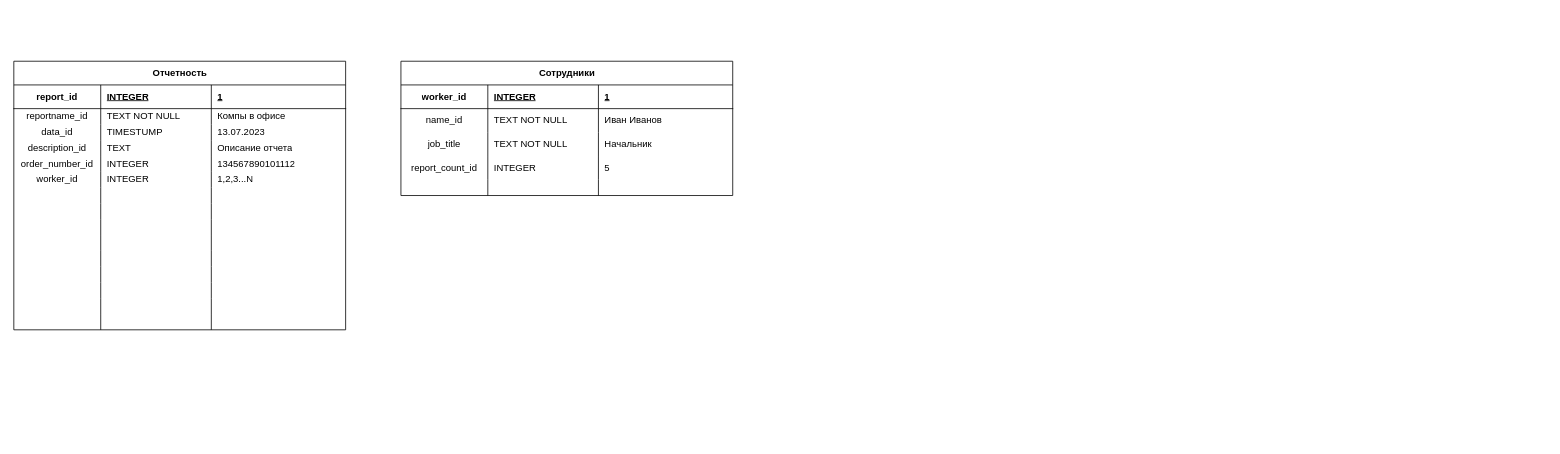
RedContain/diplom keeps this draw.io diagram as database/database.drawio. Above is the earlier version. Source tidied: cells renumbered, new cells numbered last; positions are measured from the earlier drawing's top-left corner, leaving out a move shared by most shapes. Both pictures are drawn from the tidied source at 79%, with x=0, y=0 at pixel (13, 61).
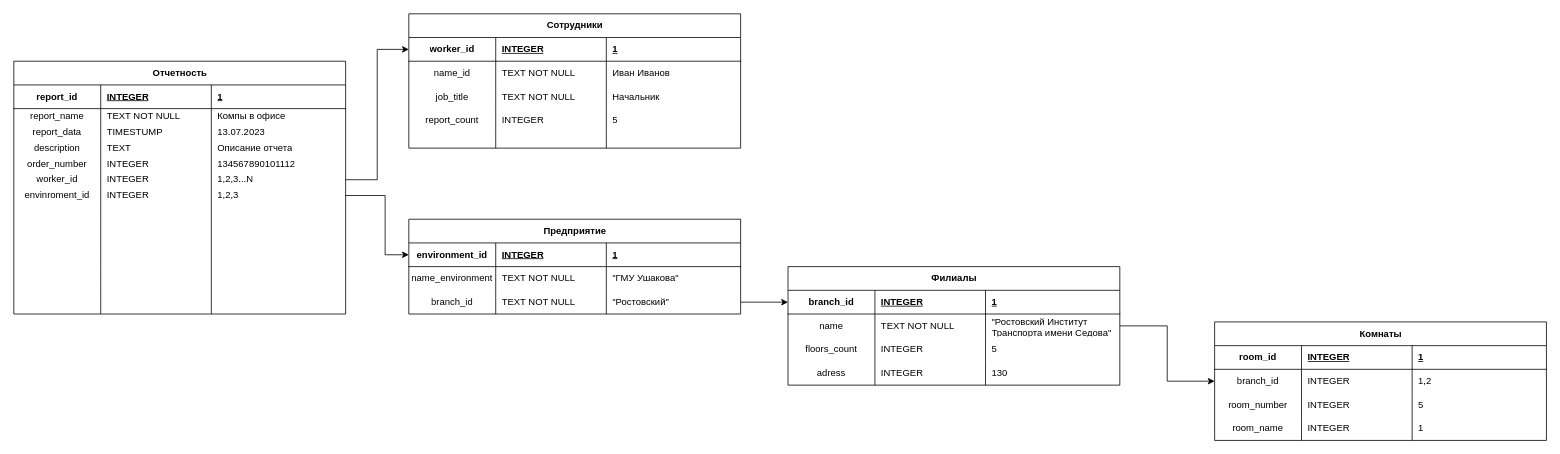
The same diagram, later.

The change refers to these unchanged cells:
```xml
<mxCell id="3" style="shape=tableRow;horizontal=0;startSize=0;swimlaneHead=0;swimlaneBody=0;fillColor=none;points=[[0,0.5],[1,0.5]];portConstraint=eastwest;top=0;left=0;right=0;bottom=1;" parent="2" vertex="1">
  <mxGeometry y="30" width="420" height="30" as="geometry" />
</mxCell>
<mxCell id="15" style="shape=tableRow;horizontal=0;startSize=0;swimlaneHead=0;swimlaneBody=0;fillColor=none;top=0;left=0;right=0;bottom=0;" parent="2" vertex="1">
  <mxGeometry y="120" width="420" height="30" as="geometry" />
</mxCell>
<mxCell id="28" style="shape=tableRow;horizontal=0;startSize=0;swimlaneHead=0;swimlaneBody=0;fillColor=none;top=0;left=0;right=0;bottom=0;" parent="23" vertex="1">
  <mxGeometry y="60" width="420" height="20" as="geometry" />
</mxCell>
<mxCell id="32" style="shape=tableRow;horizontal=0;startSize=0;swimlaneHead=0;swimlaneBody=0;fillColor=none;top=0;left=0;right=0;bottom=0;" parent="23" vertex="1">
  <mxGeometry y="80" width="420" height="20" as="geometry" />
</mxCell>
<mxCell id="36" style="shape=tableRow;horizontal=0;startSize=0;swimlaneHead=0;swimlaneBody=0;fillColor=none;top=0;left=0;right=0;bottom=0;" parent="23" vertex="1">
  <mxGeometry y="100" width="420" height="20" as="geometry" />
</mxCell>
<mxCell id="40" style="shape=tableRow;horizontal=0;startSize=0;swimlaneHead=0;swimlaneBody=0;fillColor=none;top=0;left=0;right=0;bottom=0;" parent="23" vertex="1">
  <mxGeometry y="120" width="420" height="20" as="geometry" />
</mxCell>
<mxCell id="44" style="shape=tableRow;horizontal=0;startSize=0;swimlaneHead=0;swimlaneBody=0;fillColor=none;points=[[0,0.5],[1,0.5]];portConstraint=eastwest;top=0;left=0;right=0;bottom=0;" parent="23" vertex="1">
  <mxGeometry y="140" width="420" height="20" as="geometry" />
</mxCell>
```

The edit, as a diff of the source:
```diff
@@
     <mxCell id="2" value="Сотрудники" style="shape=table;startSize=30;childLayout=tableLayout;rowLines=0;fontStyle=1;align=center;html=1;columnLines=1;resizeLastRow=0;absoluteArcSize=0;noLabel=0;" parent="1" vertex="1">
-      <mxGeometry x="490" width="420" height="170" as="geometry" />
+      <mxGeometry x="500" y="-60" width="420" height="170" as="geometry" />
     </mxCell>
@@
-    <mxCell id="16" value="report_count_id" style="shape=partialRectangle;fillColor=none;top=0;left=0;bottom=0;right=0;overflow=hidden;whiteSpace=wrap;html=1;" parent="15" vertex="1">
+    <mxCell id="16" value="report_count" style="shape=partialRectangle;fillColor=none;top=0;left=0;bottom=0;right=0;overflow=hidden;whiteSpace=wrap;html=1;" parent="15" vertex="1">
       <mxGeometry width="110" height="30" as="geometry" />
     </mxCell>
@@
     <mxCell id="23" value="Отчетность" style="shape=table;startSize=30;childLayout=tableLayout;rowLines=0;fontStyle=1;align=center;html=1;columnLines=1;resizeLastRow=0;absoluteArcSize=0;noLabel=0;" parent="1" vertex="1">
-      <mxGeometry width="420" height="340" as="geometry" />
+      <mxGeometry width="420" height="320" as="geometry" />
     </mxCell>
@@
-    <mxCell id="29" value="reportname_id" style="shape=partialRectangle;fillColor=none;top=0;left=0;bottom=0;right=0;overflow=hidden;whiteSpace=wrap;html=1;" parent="28" vertex="1">
+    <mxCell id="29" value="report_name" style="shape=partialRectangle;fillColor=none;top=0;left=0;bottom=0;right=0;overflow=hidden;whiteSpace=wrap;html=1;" parent="28" vertex="1">
       <mxGeometry width="110" height="20" as="geometry" />
     </mxCell>
@@
-    <mxCell id="33" value="data_id" style="shape=partialRectangle;fillColor=none;top=0;left=0;bottom=0;right=0;overflow=hidden;whiteSpace=wrap;html=1;" parent="32" vertex="1">
+    <mxCell id="33" value="report_data" style="shape=partialRectangle;fillColor=none;top=0;left=0;bottom=0;right=0;overflow=hidden;whiteSpace=wrap;html=1;" parent="32" vertex="1">
       <mxGeometry width="110" height="20" as="geometry" />
     </mxCell>
@@
-    <mxCell id="37" value="description_id" style="shape=partialRectangle;fillColor=none;top=0;left=0;bottom=0;right=0;overflow=hidden;whiteSpace=wrap;html=1;" parent="36" vertex="1">
+    <mxCell id="37" value="description" style="shape=partialRectangle;fillColor=none;top=0;left=0;bottom=0;right=0;overflow=hidden;whiteSpace=wrap;html=1;" parent="36" vertex="1">
       <mxGeometry width="110" height="20" as="geometry" />
     </mxCell>
@@
-    <mxCell id="41" value="order_number_id" style="shape=partialRectangle;fillColor=none;top=0;left=0;bottom=0;right=0;overflow=hidden;whiteSpace=wrap;html=1;" parent="40" vertex="1">
+    <mxCell id="41" value="order_number" style="shape=partialRectangle;fillColor=none;top=0;left=0;bottom=0;right=0;overflow=hidden;whiteSpace=wrap;html=1;" parent="40" vertex="1">
       <mxGeometry width="110" height="20" as="geometry" />
     </mxCell>
@@
-    <mxCell id="48" style="shape=tableRow;horizontal=0;startSize=0;swimlaneHead=0;swimlaneBody=0;fillColor=none;top=0;left=0;right=0;bottom=0;" parent="23" vertex="1">
-      <mxGeometry y="160" width="420" height="20" as="geometry" />
-    </mxCell>
-    <mxCell id="49" style="shape=partialRectangle;fillColor=none;top=0;left=0;bottom=0;right=0;overflow=hidden;whiteSpace=wrap;html=1;" parent="48" vertex="1">
-      <mxGeometry width="110" height="20" as="geometry" />
-    </mxCell>
-    <mxCell id="50" style="shape=partialRectangle;fillColor=none;top=0;left=0;bottom=0;right=0;align=left;spacingLeft=6;overflow=hidden;whiteSpace=wrap;html=1;" parent="48" vertex="1">
-      <mxGeometry x="110" width="140" height="20" as="geometry" />
-    </mxCell>
-    <mxCell id="51" style="shape=partialRectangle;fillColor=none;top=0;left=0;bottom=0;right=0;align=left;spacingLeft=6;overflow=hidden;whiteSpace=wrap;html=1;" parent="48" vertex="1">
-      <mxGeometry x="250" width="170" height="20" as="geometry" />
-    </mxCell>
     <mxCell id="52" style="shape=tableRow;horizontal=0;startSize=0;swimlaneHead=0;swimlaneBody=0;fillColor=none;points=[[0,0.5],[1,0.5]];portConstraint=eastwest;top=0;left=0;right=0;bottom=0;" parent="23" vertex="1">
-      <mxGeometry y="180" width="420" height="20" as="geometry" />
+      <mxGeometry y="160" width="420" height="20" as="geometry" />
     </mxCell>
-    <mxCell id="53" style="shape=partialRectangle;fillColor=none;top=0;left=0;bottom=0;right=0;overflow=hidden;whiteSpace=wrap;html=1;" parent="52" vertex="1">
+    <mxCell id="53" value="envinroment_id" style="shape=partialRectangle;fillColor=none;top=0;left=0;bottom=0;right=0;overflow=hidden;whiteSpace=wrap;html=1;" parent="52" vertex="1">
       <mxGeometry width="110" height="20" as="geometry" />
     </mxCell>
-    <mxCell id="54" style="shape=partialRectangle;fillColor=none;top=0;left=0;bottom=0;right=0;align=left;spacingLeft=6;overflow=hidden;whiteSpace=wrap;html=1;" parent="52" vertex="1">
+    <mxCell id="54" value="INTEGER" style="shape=partialRectangle;fillColor=none;top=0;left=0;bottom=0;right=0;align=left;spacingLeft=6;overflow=hidden;whiteSpace=wrap;html=1;" parent="52" vertex="1">
       <mxGeometry x="110" width="140" height="20" as="geometry" />
     </mxCell>
-    <mxCell id="55" style="shape=partialRectangle;fillColor=none;top=0;left=0;bottom=0;right=0;align=left;spacingLeft=6;overflow=hidden;whiteSpace=wrap;html=1;" parent="52" vertex="1">
+    <mxCell id="55" value="1,2,3" style="shape=partialRectangle;fillColor=none;top=0;left=0;bottom=0;right=0;align=left;spacingLeft=6;overflow=hidden;whiteSpace=wrap;html=1;" parent="52" vertex="1">
       <mxGeometry x="250" width="170" height="20" as="geometry" />
     </mxCell>
     <mxCell id="56" style="shape=tableRow;horizontal=0;startSize=0;swimlaneHead=0;swimlaneBody=0;fillColor=none;top=0;left=0;right=0;bottom=0;" parent="23" vertex="1">
-      <mxGeometry y="200" width="420" height="20" as="geometry" />
+      <mxGeometry y="180" width="420" height="20" as="geometry" />
     </mxCell>
@@
     <mxCell id="60" style="shape=tableRow;horizontal=0;startSize=0;swimlaneHead=0;swimlaneBody=0;fillColor=none;top=0;left=0;right=0;bottom=0;" parent="23" vertex="1">
-      <mxGeometry y="220" width="420" height="20" as="geometry" />
+      <mxGeometry y="200" width="420" height="20" as="geometry" />
     </mxCell>
@@
     <mxCell id="64" style="shape=tableRow;horizontal=0;startSize=0;swimlaneHead=0;swimlaneBody=0;fillColor=none;top=0;left=0;right=0;bottom=0;" parent="23" vertex="1">
-      <mxGeometry y="240" width="420" height="20" as="geometry" />
+      <mxGeometry y="220" width="420" height="20" as="geometry" />
     </mxCell>
@@
     <mxCell id="68" style="shape=tableRow;horizontal=0;startSize=0;swimlaneHead=0;swimlaneBody=0;fillColor=none;top=0;left=0;right=0;bottom=0;" parent="23" vertex="1">
-      <mxGeometry y="260" width="420" height="20" as="geometry" />
+      <mxGeometry y="240" width="420" height="20" as="geometry" />
     </mxCell>
@@
     <mxCell id="72" style="shape=tableRow;horizontal=0;startSize=0;swimlaneHead=0;swimlaneBody=0;fillColor=none;top=0;left=0;right=0;bottom=0;" parent="23" vertex="1">
-      <mxGeometry y="280" width="420" height="20" as="geometry" />
+      <mxGeometry y="260" width="420" height="20" as="geometry" />
     </mxCell>
@@
     <mxCell id="76" style="shape=tableRow;horizontal=0;startSize=0;swimlaneHead=0;swimlaneBody=0;fillColor=none;top=0;left=0;right=0;bottom=0;" parent="23" vertex="1">
-      <mxGeometry y="300" width="420" height="20" as="geometry" />
+      <mxGeometry y="280" width="420" height="20" as="geometry" />
     </mxCell>
@@
     <mxCell id="80" style="shape=tableRow;horizontal=0;startSize=0;swimlaneHead=0;swimlaneBody=0;fillColor=none;top=0;left=0;right=0;bottom=0;" parent="23" vertex="1">
-      <mxGeometry y="320" width="420" height="20" as="geometry" />
+      <mxGeometry y="300" width="420" height="20" as="geometry" />
     </mxCell>
@@
+    <mxCell id="84" style="edgeStyle=orthogonalEdgeStyle;rounded=0;jettySize=auto;html=1;entryX=0;entryY=0.5;entryDx=0;entryDy=0;" parent="1" edge="1" source="44" target="3">
+      <mxGeometry relative="1" as="geometry">
+        <Array as="points">
+          <mxPoint x="460" y="150" />
+          <mxPoint x="460" y="-15" />
+        </Array>
+      </mxGeometry>
+    </mxCell>
+    <mxCell id="85" value="Предприятие" style="shape=table;startSize=30;childLayout=tableLayout;rowLines=0;fontStyle=1;align=center;html=1;columnLines=1;resizeLastRow=0;absoluteArcSize=0;noLabel=0;" parent="1" vertex="1">
+      <mxGeometry x="500" y="200" width="420" height="120" as="geometry" />
+    </mxCell>
+    <mxCell id="86" style="shape=tableRow;horizontal=0;startSize=0;swimlaneHead=0;swimlaneBody=0;fillColor=none;points=[[0,0.5],[1,0.5]];portConstraint=eastwest;top=0;left=0;right=0;bottom=1;" parent="85" vertex="1">
+      <mxGeometry y="30" width="420" height="30" as="geometry" />
+    </mxCell>
+    <mxCell id="87" value="environment_id" style="shape=partialRectangle;fillColor=none;top=0;left=0;bottom=0;right=0;fontStyle=1;overflow=hidden;whiteSpace=wrap;html=1;" parent="86" vertex="1">
+      <mxGeometry width="110" height="30" as="geometry" />
+    </mxCell>
+    <mxCell id="88" value="INTEGER" style="shape=partialRectangle;fillColor=none;top=0;left=0;bottom=0;right=0;align=left;spacingLeft=6;fontStyle=5;overflow=hidden;whiteSpace=wrap;html=1;" parent="86" vertex="1">
+      <mxGeometry x="110" width="140" height="30" as="geometry" />
+    </mxCell>
+    <mxCell id="89" value="1" style="shape=partialRectangle;fillColor=none;top=0;left=0;bottom=0;right=0;align=left;spacingLeft=6;fontStyle=5;overflow=hidden;whiteSpace=wrap;html=1;" parent="86" vertex="1">
+      <mxGeometry x="250" width="170" height="30" as="geometry" />
+    </mxCell>
+    <mxCell id="90" style="shape=tableRow;horizontal=0;startSize=0;swimlaneHead=0;swimlaneBody=0;fillColor=none;top=0;left=0;right=0;bottom=0;" parent="85" vertex="1">
+      <mxGeometry y="60" width="420" height="30" as="geometry" />
+    </mxCell>
+    <mxCell id="91" value="name_environment" style="shape=partialRectangle;fillColor=none;top=0;left=0;bottom=0;right=0;overflow=hidden;whiteSpace=wrap;html=1;" parent="90" vertex="1">
+      <mxGeometry width="110" height="30" as="geometry" />
+    </mxCell>
+    <mxCell id="92" value="TEXT NOT NULL" style="shape=partialRectangle;fillColor=none;top=0;left=0;bottom=0;right=0;align=left;spacingLeft=6;overflow=hidden;whiteSpace=wrap;html=1;" parent="90" vertex="1">
+      <mxGeometry x="110" width="140" height="30" as="geometry" />
+    </mxCell>
+    <mxCell id="93" value="&quot;ГМУ Ушакова&quot;" style="shape=partialRectangle;fillColor=none;top=0;left=0;bottom=0;right=0;align=left;spacingLeft=6;overflow=hidden;whiteSpace=wrap;html=1;" parent="90" vertex="1">
+      <mxGeometry x="250" width="170" height="30" as="geometry" />
+    </mxCell>
+    <mxCell id="94" style="shape=tableRow;horizontal=0;startSize=0;swimlaneHead=0;swimlaneBody=0;fillColor=none;points=[[0,0.5],[1,0.5]];portConstraint=eastwest;top=0;left=0;right=0;bottom=0;" parent="85" vertex="1">
+      <mxGeometry y="90" width="420" height="30" as="geometry" />
+    </mxCell>
+    <mxCell id="95" value="branch_id" style="shape=partialRectangle;fillColor=none;top=0;left=0;bottom=0;right=0;overflow=hidden;whiteSpace=wrap;html=1;" parent="94" vertex="1">
+      <mxGeometry width="110" height="30" as="geometry" />
+    </mxCell>
+    <mxCell id="96" value="TEXT NOT NULL" style="shape=partialRectangle;fillColor=none;top=0;left=0;bottom=0;right=0;align=left;spacingLeft=6;overflow=hidden;whiteSpace=wrap;html=1;" parent="94" vertex="1">
+      <mxGeometry x="110" width="140" height="30" as="geometry" />
+    </mxCell>
+    <mxCell id="97" value="&quot;Ростовский&quot;" style="shape=partialRectangle;fillColor=none;top=0;left=0;bottom=0;right=0;align=left;spacingLeft=6;overflow=hidden;whiteSpace=wrap;html=1;" parent="94" vertex="1">
+      <mxGeometry x="250" width="170" height="30" as="geometry" />
+    </mxCell>
+    <mxCell id="98" style="edgeStyle=orthogonalEdgeStyle;rounded=0;jettySize=auto;html=1;entryX=0;entryY=0.5;entryDx=0;entryDy=0;" parent="1" edge="1" source="52" target="86">
+      <mxGeometry relative="1" as="geometry">
+        <Array as="points">
+          <mxPoint x="470" y="170" />
+          <mxPoint x="470" y="245" />
+        </Array>
+      </mxGeometry>
+    </mxCell>
+    <mxCell id="99" value="Филиалы" style="shape=table;startSize=30;childLayout=tableLayout;rowLines=0;fontStyle=1;align=center;html=1;columnLines=1;resizeLastRow=0;absoluteArcSize=0;noLabel=0;" parent="1" vertex="1">
+      <mxGeometry x="980" y="260" width="420" height="150" as="geometry" />
+    </mxCell>
+    <mxCell id="100" style="shape=tableRow;horizontal=0;startSize=0;swimlaneHead=0;swimlaneBody=0;fillColor=none;points=[[0,0.5],[1,0.5]];portConstraint=eastwest;top=0;left=0;right=0;bottom=1;" parent="99" vertex="1">
+      <mxGeometry y="30" width="420" height="30" as="geometry" />
+    </mxCell>
+    <mxCell id="101" value="branch_id" style="shape=partialRectangle;fillColor=none;top=0;left=0;bottom=0;right=0;fontStyle=1;overflow=hidden;whiteSpace=wrap;html=1;" parent="100" vertex="1">
+      <mxGeometry width="110" height="30" as="geometry" />
+    </mxCell>
+    <mxCell id="102" value="INTEGER" style="shape=partialRectangle;fillColor=none;top=0;left=0;bottom=0;right=0;align=left;spacingLeft=6;fontStyle=5;overflow=hidden;whiteSpace=wrap;html=1;" parent="100" vertex="1">
+      <mxGeometry x="110" width="140" height="30" as="geometry" />
+    </mxCell>
+    <mxCell id="103" value="1" style="shape=partialRectangle;fillColor=none;top=0;left=0;bottom=0;right=0;align=left;spacingLeft=6;fontStyle=5;overflow=hidden;whiteSpace=wrap;html=1;" parent="100" vertex="1">
+      <mxGeometry x="250" width="170" height="30" as="geometry" />
+    </mxCell>
+    <mxCell id="104" style="shape=tableRow;horizontal=0;startSize=0;swimlaneHead=0;swimlaneBody=0;fillColor=none;points=[[0,0.5],[1,0.5]];portConstraint=eastwest;top=0;left=0;right=0;bottom=0;" parent="99" vertex="1">
+      <mxGeometry y="60" width="420" height="30" as="geometry" />
+    </mxCell>
+    <mxCell id="105" value="name" style="shape=partialRectangle;fillColor=none;top=0;left=0;bottom=0;right=0;overflow=hidden;whiteSpace=wrap;html=1;" parent="104" vertex="1">
+      <mxGeometry width="110" height="30" as="geometry" />
+    </mxCell>
+    <mxCell id="106" value="TEXT NOT NULL" style="shape=partialRectangle;fillColor=none;top=0;left=0;bottom=0;right=0;align=left;spacingLeft=6;overflow=hidden;whiteSpace=wrap;html=1;" parent="104" vertex="1">
+      <mxGeometry x="110" width="140" height="30" as="geometry" />
+    </mxCell>
+    <mxCell id="107" value="&quot;Ростовский Институт Транспорта имени Седова&quot;" style="shape=partialRectangle;fillColor=none;top=0;left=0;bottom=0;right=0;align=left;spacingLeft=6;overflow=hidden;whiteSpace=wrap;html=1;" parent="104" vertex="1">
+      <mxGeometry x="250" width="170" height="30" as="geometry" />
+    </mxCell>
+    <mxCell id="108" style="shape=tableRow;horizontal=0;startSize=0;swimlaneHead=0;swimlaneBody=0;fillColor=none;top=0;left=0;right=0;bottom=0;" parent="99" vertex="1">
+      <mxGeometry y="90" width="420" height="30" as="geometry" />
+    </mxCell>
+    <mxCell id="109" value="floors_count" style="shape=partialRectangle;fillColor=none;top=0;left=0;bottom=0;right=0;overflow=hidden;whiteSpace=wrap;html=1;" parent="108" vertex="1">
+      <mxGeometry width="110" height="30" as="geometry" />
+    </mxCell>
+    <mxCell id="110" value="INTEGER" style="shape=partialRectangle;fillColor=none;top=0;left=0;bottom=0;right=0;align=left;spacingLeft=6;overflow=hidden;whiteSpace=wrap;html=1;" parent="108" vertex="1">
+      <mxGeometry x="110" width="140" height="30" as="geometry" />
+    </mxCell>
+    <mxCell id="111" value="5" style="shape=partialRectangle;fillColor=none;top=0;left=0;bottom=0;right=0;align=left;spacingLeft=6;overflow=hidden;whiteSpace=wrap;html=1;" parent="108" vertex="1">
+      <mxGeometry x="250" width="170" height="30" as="geometry" />
+    </mxCell>
+    <mxCell id="112" style="shape=tableRow;horizontal=0;startSize=0;swimlaneHead=0;swimlaneBody=0;fillColor=none;top=0;left=0;right=0;bottom=0;" parent="99" vertex="1">
+      <mxGeometry y="120" width="420" height="30" as="geometry" />
+    </mxCell>
+    <mxCell id="113" value="adress" style="shape=partialRectangle;fillColor=none;top=0;left=0;bottom=0;right=0;overflow=hidden;whiteSpace=wrap;html=1;" parent="112" vertex="1">
+      <mxGeometry width="110" height="30" as="geometry" />
+    </mxCell>
+    <mxCell id="114" value="INTEGER" style="shape=partialRectangle;fillColor=none;top=0;left=0;bottom=0;right=0;align=left;spacingLeft=6;overflow=hidden;whiteSpace=wrap;html=1;" parent="112" vertex="1">
+      <mxGeometry x="110" width="140" height="30" as="geometry" />
+    </mxCell>
+    <mxCell id="115" value="130" style="shape=partialRectangle;fillColor=none;top=0;left=0;bottom=0;right=0;align=left;spacingLeft=6;overflow=hidden;whiteSpace=wrap;html=1;" parent="112" vertex="1">
+      <mxGeometry x="250" width="170" height="30" as="geometry" />
+    </mxCell>
+    <mxCell id="116" style="edgeStyle=orthogonalEdgeStyle;rounded=0;jettySize=auto;html=1;entryX=0;entryY=0.5;entryDx=0;entryDy=0;" parent="1" edge="1" source="94" target="100">
+      <mxGeometry relative="1" as="geometry" />
+    </mxCell>
+    <mxCell id="117" value="Комнаты" style="shape=table;startSize=30;childLayout=tableLayout;rowLines=0;fontStyle=1;align=center;html=1;columnLines=1;resizeLastRow=0;absoluteArcSize=0;noLabel=0;" parent="1" vertex="1">
+      <mxGeometry x="1520" y="330" width="420" height="150" as="geometry" />
+    </mxCell>
+    <mxCell id="118" style="shape=tableRow;horizontal=0;startSize=0;swimlaneHead=0;swimlaneBody=0;fillColor=none;top=0;left=0;right=0;bottom=1;" parent="117" vertex="1">
+      <mxGeometry y="30" width="420" height="30" as="geometry" />
+    </mxCell>
+    <mxCell id="119" value="room_id" style="shape=partialRectangle;fillColor=none;top=0;left=0;bottom=0;right=0;fontStyle=1;overflow=hidden;whiteSpace=wrap;html=1;" parent="118" vertex="1">
+      <mxGeometry width="110" height="30" as="geometry" />
+    </mxCell>
+    <mxCell id="120" value="INTEGER" style="shape=partialRectangle;fillColor=none;top=0;left=0;bottom=0;right=0;align=left;spacingLeft=6;fontStyle=5;overflow=hidden;whiteSpace=wrap;html=1;" parent="118" vertex="1">
+      <mxGeometry x="110" width="140" height="30" as="geometry" />
+    </mxCell>
+    <mxCell id="121" value="1" style="shape=partialRectangle;fillColor=none;top=0;left=0;bottom=0;right=0;align=left;spacingLeft=6;fontStyle=5;overflow=hidden;whiteSpace=wrap;html=1;" parent="118" vertex="1">
+      <mxGeometry x="250" width="170" height="30" as="geometry" />
+    </mxCell>
+    <mxCell id="122" style="shape=tableRow;horizontal=0;startSize=0;swimlaneHead=0;swimlaneBody=0;fillColor=none;points=[[0,0.5],[1,0.5]];portConstraint=eastwest;top=0;left=0;right=0;bottom=0;" parent="117" vertex="1">
+      <mxGeometry y="60" width="420" height="30" as="geometry" />
+    </mxCell>
+    <mxCell id="123" value="branch_id" style="shape=partialRectangle;fillColor=none;top=0;left=0;bottom=0;right=0;overflow=hidden;whiteSpace=wrap;html=1;" parent="122" vertex="1">
+      <mxGeometry width="110" height="30" as="geometry" />
+    </mxCell>
+    <mxCell id="124" value="INTEGER" style="shape=partialRectangle;fillColor=none;top=0;left=0;bottom=0;right=0;align=left;spacingLeft=6;overflow=hidden;whiteSpace=wrap;html=1;" parent="122" vertex="1">
+      <mxGeometry x="110" width="140" height="30" as="geometry" />
+    </mxCell>
+    <mxCell id="125" value="1,2" style="shape=partialRectangle;fillColor=none;top=0;left=0;bottom=0;right=0;align=left;spacingLeft=6;overflow=hidden;whiteSpace=wrap;html=1;" parent="122" vertex="1">
+      <mxGeometry x="250" width="170" height="30" as="geometry" />
+    </mxCell>
+    <mxCell id="126" style="shape=tableRow;horizontal=0;startSize=0;swimlaneHead=0;swimlaneBody=0;fillColor=none;top=0;left=0;right=0;bottom=0;" parent="117" vertex="1">
+      <mxGeometry y="90" width="420" height="30" as="geometry" />
+    </mxCell>
+    <mxCell id="127" value="room_number" style="shape=partialRectangle;fillColor=none;top=0;left=0;bottom=0;right=0;overflow=hidden;whiteSpace=wrap;html=1;" parent="126" vertex="1">
+      <mxGeometry width="110" height="30" as="geometry" />
+    </mxCell>
+    <mxCell id="128" value="INTEGER" style="shape=partialRectangle;fillColor=none;top=0;left=0;bottom=0;right=0;align=left;spacingLeft=6;overflow=hidden;whiteSpace=wrap;html=1;" parent="126" vertex="1">
+      <mxGeometry x="110" width="140" height="30" as="geometry" />
+    </mxCell>
+    <mxCell id="129" value="5" style="shape=partialRectangle;fillColor=none;top=0;left=0;bottom=0;right=0;align=left;spacingLeft=6;overflow=hidden;whiteSpace=wrap;html=1;" parent="126" vertex="1">
+      <mxGeometry x="250" width="170" height="30" as="geometry" />
+    </mxCell>
+    <mxCell id="130" style="shape=tableRow;horizontal=0;startSize=0;swimlaneHead=0;swimlaneBody=0;fillColor=none;top=0;left=0;right=0;bottom=0;" parent="117" vertex="1">
+      <mxGeometry y="120" width="420" height="30" as="geometry" />
+    </mxCell>
+    <mxCell id="131" value="room_name" style="shape=partialRectangle;fillColor=none;top=0;left=0;bottom=0;right=0;overflow=hidden;whiteSpace=wrap;html=1;" parent="130" vertex="1">
+      <mxGeometry width="110" height="30" as="geometry" />
+    </mxCell>
+    <mxCell id="132" value="INTEGER" style="shape=partialRectangle;fillColor=none;top=0;left=0;bottom=0;right=0;align=left;spacingLeft=6;overflow=hidden;whiteSpace=wrap;html=1;" parent="130" vertex="1">
+      <mxGeometry x="110" width="140" height="30" as="geometry" />
+    </mxCell>
+    <mxCell id="133" value="1" style="shape=partialRectangle;fillColor=none;top=0;left=0;bottom=0;right=0;align=left;spacingLeft=6;overflow=hidden;whiteSpace=wrap;html=1;" parent="130" vertex="1">
+      <mxGeometry x="250" width="170" height="30" as="geometry" />
+    </mxCell>
+    <mxCell id="134" style="edgeStyle=orthogonalEdgeStyle;rounded=0;jettySize=auto;html=1;entryX=0;entryY=0.5;entryDx=0;entryDy=0;" parent="1" edge="1" source="104" target="122">
+      <mxGeometry relative="1" as="geometry" />
+    </mxCell>
```
